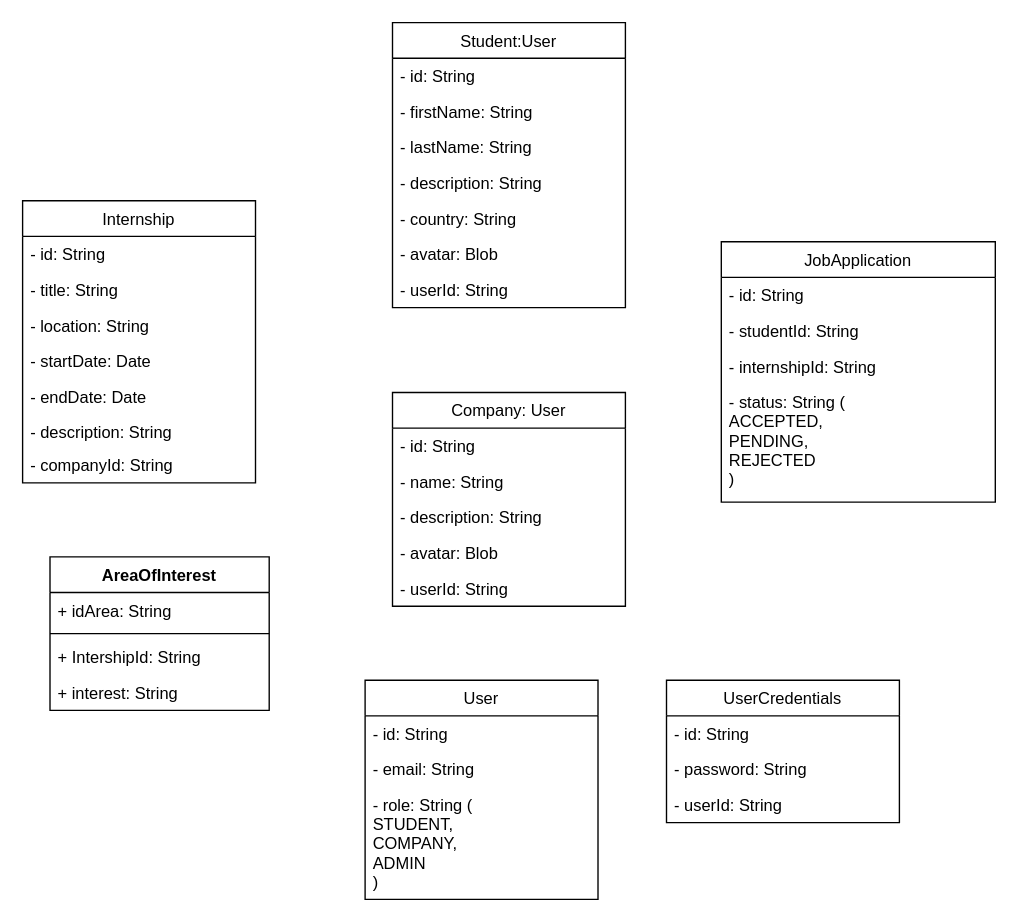
Before: docs/class_diagram.drawio in Ami13F/InternLink, a draw.io diagram. Source tidied: cells renumbered, new cells numbered last; positions are measured from the earlier drawing's top-left corner, leaving out a move shared by most shapes. Both pictures are drawn from the tidied source at 137%, with x=0, y=0 at pixel (22, 22).
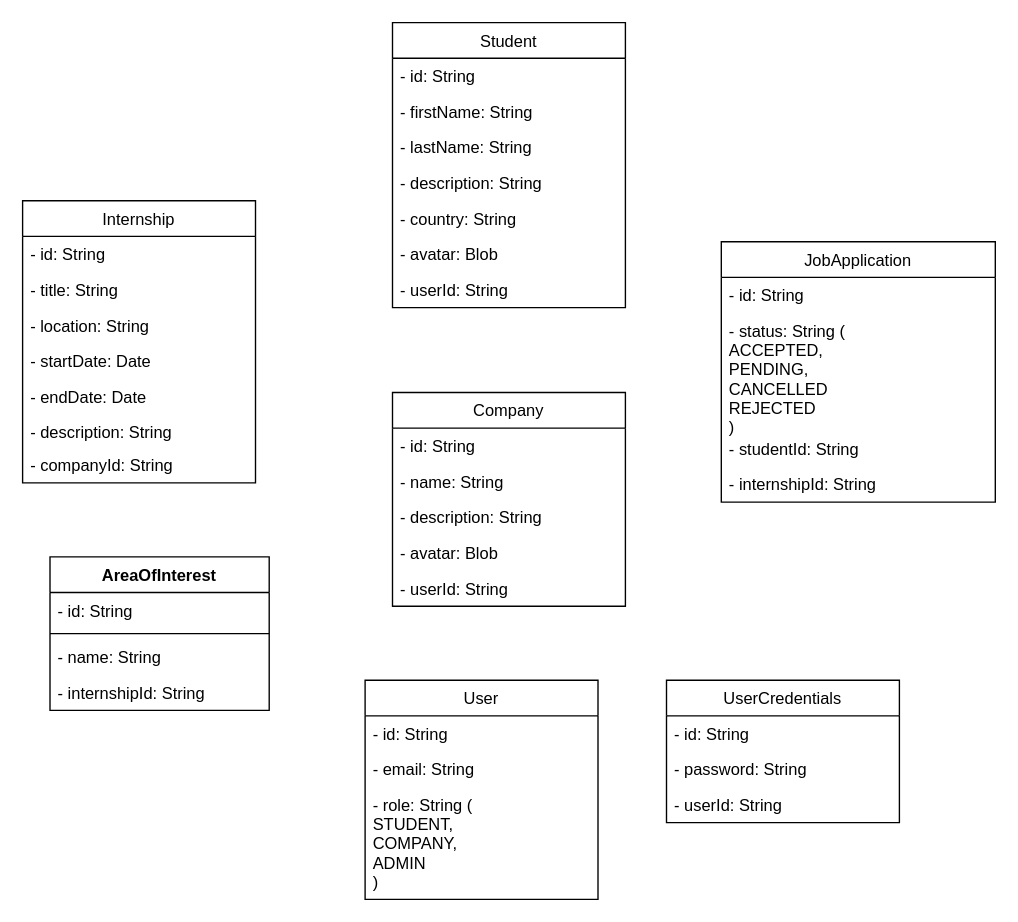
The same diagram, later.

Commit message:
[doc] Update class diagram

The change refers to these unchanged cells:
```xml
<mxCell id="24" value="AreaOfInterest" style="swimlane;fontStyle=1;align=center;verticalAlign=top;horizontal=1;startSize=26;" parent="1" vertex="1">
  <mxGeometry x="20" y="390" width="160" height="112" as="geometry" />
</mxCell>
<mxCell id="29" value="JobApplication" style="swimlane;fontStyle=0;horizontal=1;startSize=26;fillColor=none;" parent="1" vertex="1">
  <mxGeometry x="510" y="160" width="200" height="190" as="geometry" />
</mxCell>
```

The edit, as a diff of the source:
```diff
@@
-    <mxCell id="10" value="Student:User" style="swimlane;fontStyle=0;horizontal=1;startSize=26;fillColor=none;" parent="1" vertex="1">
+    <mxCell id="10" value="Student" style="swimlane;fontStyle=0;horizontal=1;startSize=26;fillColor=none;" parent="1" vertex="1">
       <mxGeometry x="270" width="170" height="208" as="geometry" />
     </mxCell>
@@
-    <mxCell id="18" value="Company: User" style="swimlane;fontStyle=0;horizontal=1;startSize=26;fillColor=none;" parent="1" vertex="1">
+    <mxCell id="18" value="Company" style="swimlane;fontStyle=0;horizontal=1;startSize=26;fillColor=none;" parent="1" vertex="1">
       <mxGeometry x="270" y="270" width="170" height="156" as="geometry" />
     </mxCell>
@@
-    <mxCell id="25" value="+ idArea: String" style="text;strokeColor=none;fillColor=none;align=left;verticalAlign=top;spacingLeft=4;spacingRight=4;overflow=hidden;" parent="24" vertex="1">
+    <mxCell id="25" value="- id: String" style="text;strokeColor=none;fillColor=none;align=left;verticalAlign=top;spacingLeft=4;spacingRight=4;overflow=hidden;" parent="24" vertex="1">
       <mxGeometry y="26" width="160" height="26" as="geometry" />
     </mxCell>
@@
+    <mxCell id="28" value="- name: String" style="text;strokeColor=none;fillColor=none;align=left;verticalAlign=top;spacingLeft=4;spacingRight=4;overflow=hidden;" parent="24" vertex="1">
+      <mxGeometry y="60" width="160" height="26" as="geometry" />
+    </mxCell>
-    <mxCell id="27" value="+ IntershipId: String" style="text;strokeColor=none;fillColor=none;align=left;verticalAlign=top;spacingLeft=4;spacingRight=4;overflow=hidden;" parent="24" vertex="1">
-      <mxGeometry y="60" width="160" height="26" as="geometry" />
+    <mxCell id="27" value="- internshipId: String" style="text;strokeColor=none;fillColor=none;align=left;verticalAlign=top;spacingLeft=4;spacingRight=4;overflow=hidden;" parent="24" vertex="1">
+      <mxGeometry y="86" width="160" height="26" as="geometry" />
     </mxCell>
-    <mxCell id="28" value="+ interest: String" style="text;strokeColor=none;fillColor=none;align=left;verticalAlign=top;spacingLeft=4;spacingRight=4;overflow=hidden;" parent="24" vertex="1">
-      <mxGeometry y="86" width="160" height="26" as="geometry" />
-    </mxCell>
@@
+    <mxCell id="33" value="- status: String (&#10;ACCEPTED,&#10;PENDING,&#10;CANCELLED&#10;REJECTED&#10;)" style="text;strokeColor=none;fillColor=none;align=left;verticalAlign=top;spacingLeft=4;spacingRight=4;overflow=hidden;" parent="29" vertex="1">
+      <mxGeometry y="52" width="200" height="86" as="geometry" />
+    </mxCell>
     <mxCell id="31" value="- studentId: String" style="text;strokeColor=none;fillColor=none;align=left;verticalAlign=top;spacingLeft=4;spacingRight=4;overflow=hidden;" parent="29" vertex="1">
-      <mxGeometry y="52" width="200" height="26" as="geometry" />
+      <mxGeometry y="138" width="200" height="26" as="geometry" />
     </mxCell>
     <mxCell id="32" value="- internshipId: String" style="text;strokeColor=none;fillColor=none;align=left;verticalAlign=top;spacingLeft=4;spacingRight=4;overflow=hidden;" parent="29" vertex="1">
-      <mxGeometry y="78" width="200" height="26" as="geometry" />
+      <mxGeometry y="164" width="200" height="26" as="geometry" />
     </mxCell>
-    <mxCell id="33" value="- status: String (&#10;ACCEPTED,&#10;PENDING,&#10;REJECTED&#10;)" style="text;strokeColor=none;fillColor=none;align=left;verticalAlign=top;spacingLeft=4;spacingRight=4;overflow=hidden;" parent="29" vertex="1">
-      <mxGeometry y="104" width="200" height="86" as="geometry" />
-    </mxCell>
```
